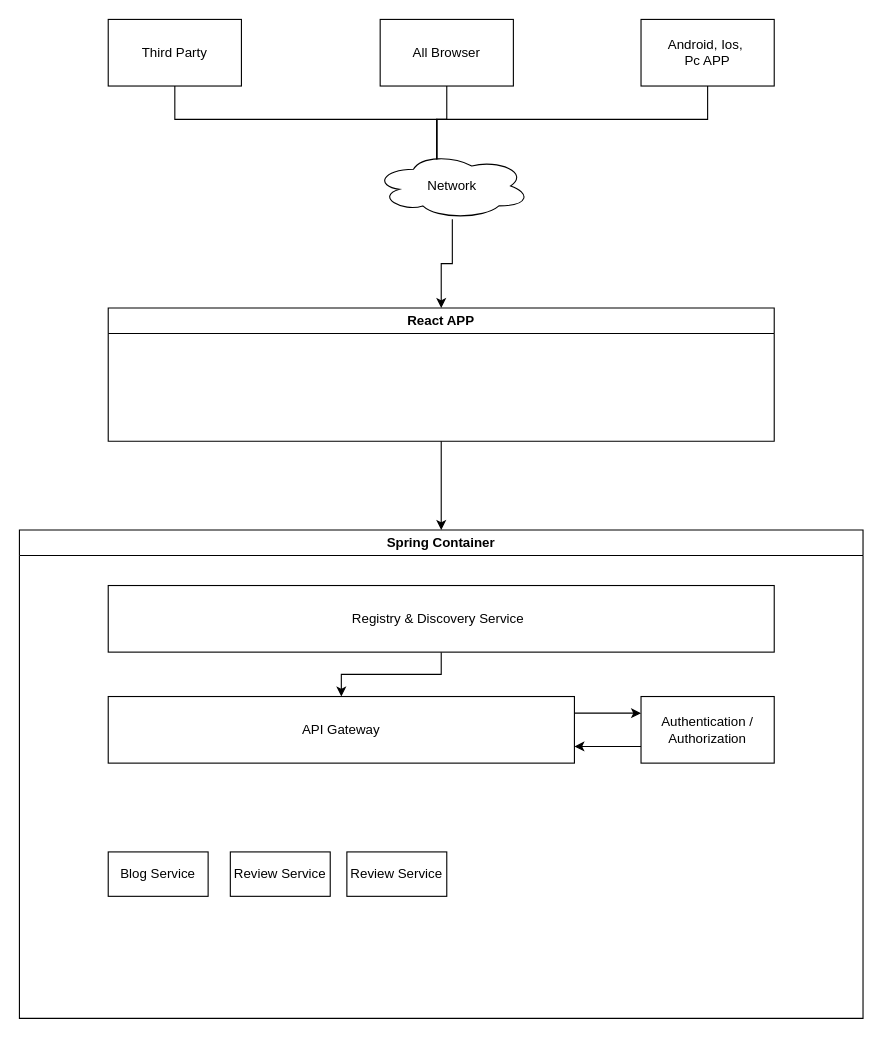
Above: Untitled Diagram.drawio in JavaCoderSubham/Blog-Backend (draw.io), before the change. Source tidied: cells renumbered, new cells numbered last; positions are measured from the earlier drawing's top-left corner, leaving out a move shared by most shapes. Both pictures are drawn from the tidied source at 111%, with x=0, y=0 at pixel (19, 19).
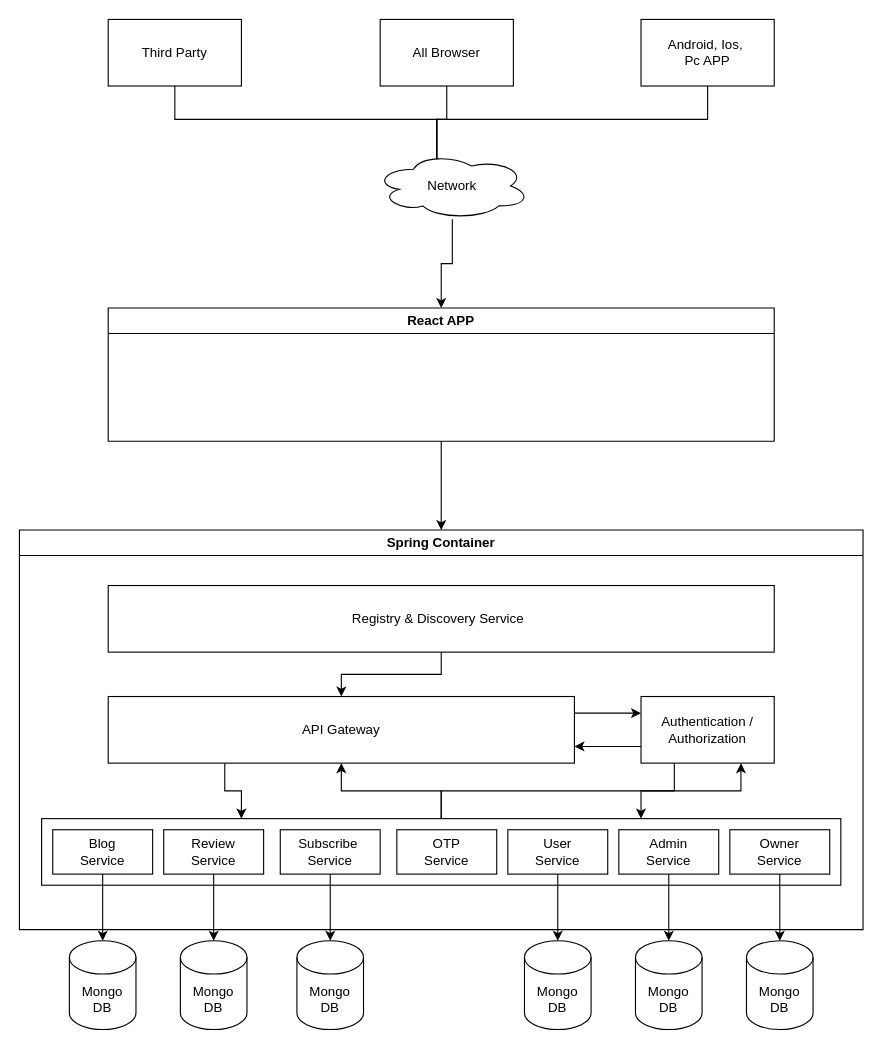
Above is the later version.

Commit message:
Blog Website Design V1.0

Unchanged cells that the change refers to:
```xml
<mxCell id="16" value="API Gateway" style="rounded=0;whiteSpace=wrap;html=1;" parent="12" vertex="1">
  <mxGeometry x="80" y="150" width="420" height="60" as="geometry" />
</mxCell>
<mxCell id="18" value="Authentication /&lt;br&gt;Authorization" style="rounded=0;whiteSpace=wrap;html=1;" parent="12" vertex="1">
  <mxGeometry x="560" y="150" width="120" height="60" as="geometry" />
</mxCell>
```

What changed in the source:
```diff
@@
     <mxCell id="12" value="Spring Container" style="swimlane;whiteSpace=wrap;html=1;" parent="1" vertex="1">
-      <mxGeometry y="460" width="760" height="440" as="geometry" />
+      <mxGeometry y="460" width="760" height="360" as="geometry" />
     </mxCell>
@@
+    <mxCell id="22" style="edgeStyle=orthogonalEdgeStyle;rounded=0;jettySize=auto;html=1;exitX=0.25;exitY=1;exitDx=0;exitDy=0;entryX=0.25;entryY=0;entryDx=0;entryDy=0;" parent="12" edge="1" source="16" target="26">
+      <mxGeometry relative="1" as="geometry" />
+    </mxCell>
@@
+    <mxCell id="23" style="edgeStyle=orthogonalEdgeStyle;rounded=0;jettySize=auto;html=1;exitX=0.25;exitY=1;exitDx=0;exitDy=0;entryX=0.75;entryY=0;entryDx=0;entryDy=0;" parent="12" edge="1" source="18" target="26">
+      <mxGeometry relative="1" as="geometry" />
+    </mxCell>
@@
+    <mxCell id="24" style="edgeStyle=orthogonalEdgeStyle;rounded=0;jettySize=auto;html=1;entryX=0.75;entryY=1;entryDx=0;entryDy=0;" parent="12" edge="1" source="26" target="18">
+      <mxGeometry relative="1" as="geometry" />
+    </mxCell>
+    <mxCell id="25" style="edgeStyle=orthogonalEdgeStyle;rounded=0;jettySize=auto;html=1;entryX=0.5;entryY=1;entryDx=0;entryDy=0;" parent="12" edge="1" source="26" target="16">
+      <mxGeometry relative="1" as="geometry" />
+    </mxCell>
+    <mxCell id="26" style="rounded=0;whiteSpace=wrap;html=1;" parent="12" vertex="1">
+      <mxGeometry x="20" y="260" width="720" height="60" as="geometry" />
+    </mxCell>
-    <mxCell id="19" value="Blog Service" style="rounded=0;whiteSpace=wrap;html=1;" parent="12" vertex="1">
-      <mxGeometry x="80" y="290" width="90" height="40" as="geometry" />
+    <mxCell id="19" value="Blog&lt;br&gt;Service" style="rounded=0;whiteSpace=wrap;html=1;" parent="12" vertex="1">
+      <mxGeometry x="30" y="270" width="90" height="40" as="geometry" />
     </mxCell>
-    <mxCell id="20" value="Review Service" style="rounded=0;whiteSpace=wrap;html=1;" parent="12" vertex="1">
-      <mxGeometry x="190" y="290" width="90" height="40" as="geometry" />
+    <mxCell id="20" value="Review&lt;br&gt;Service" style="rounded=0;whiteSpace=wrap;html=1;" parent="12" vertex="1">
+      <mxGeometry x="130" y="270" width="90" height="40" as="geometry" />
     </mxCell>
-    <mxCell id="21" value="Review Service" style="rounded=0;whiteSpace=wrap;html=1;" parent="12" vertex="1">
-      <mxGeometry x="295" y="290" width="90" height="40" as="geometry" />
+    <mxCell id="21" value="Subscribe&amp;nbsp;&lt;br&gt;Service" style="rounded=0;whiteSpace=wrap;html=1;" parent="12" vertex="1">
+      <mxGeometry x="235" y="270" width="90" height="40" as="geometry" />
     </mxCell>
+    <mxCell id="27" value="OTP&lt;br&gt;Service" style="rounded=0;whiteSpace=wrap;html=1;" parent="12" vertex="1">
+      <mxGeometry x="340" y="270" width="90" height="40" as="geometry" />
+    </mxCell>
+    <mxCell id="28" value="User&lt;br&gt;Service" style="rounded=0;whiteSpace=wrap;html=1;" parent="12" vertex="1">
+      <mxGeometry x="440" y="270" width="90" height="40" as="geometry" />
+    </mxCell>
+    <mxCell id="29" value="Admin&lt;br&gt;Service" style="rounded=0;whiteSpace=wrap;html=1;" parent="12" vertex="1">
+      <mxGeometry x="540" y="270" width="90" height="40" as="geometry" />
+    </mxCell>
+    <mxCell id="30" value="Owner&lt;br&gt;Service" style="rounded=0;whiteSpace=wrap;html=1;" parent="12" vertex="1">
+      <mxGeometry x="640" y="270" width="90" height="40" as="geometry" />
+    </mxCell>
+    <mxCell id="31" value="Mongo&lt;br&gt;DB" style="shape=cylinder3;whiteSpace=wrap;html=1;boundedLbl=1;backgroundOutline=1;size=15;" parent="1" vertex="1">
+      <mxGeometry x="45" y="830" width="60" height="80" as="geometry" />
+    </mxCell>
+    <mxCell id="32" value="Mongo&lt;br&gt;DB" style="shape=cylinder3;whiteSpace=wrap;html=1;boundedLbl=1;backgroundOutline=1;size=15;" parent="1" vertex="1">
+      <mxGeometry x="145" y="830" width="60" height="80" as="geometry" />
+    </mxCell>
+    <mxCell id="33" value="Mongo&lt;br&gt;DB" style="shape=cylinder3;whiteSpace=wrap;html=1;boundedLbl=1;backgroundOutline=1;size=15;" parent="1" vertex="1">
+      <mxGeometry x="250" y="830" width="60" height="80" as="geometry" />
+    </mxCell>
+    <mxCell id="34" value="Mongo&lt;br&gt;DB" style="shape=cylinder3;whiteSpace=wrap;html=1;boundedLbl=1;backgroundOutline=1;size=15;" parent="1" vertex="1">
+      <mxGeometry x="455" y="830" width="60" height="80" as="geometry" />
+    </mxCell>
+    <mxCell id="35" value="Mongo&lt;br&gt;DB" style="shape=cylinder3;whiteSpace=wrap;html=1;boundedLbl=1;backgroundOutline=1;size=15;" parent="1" vertex="1">
+      <mxGeometry x="555" y="830" width="60" height="80" as="geometry" />
+    </mxCell>
+    <mxCell id="36" value="Mongo&lt;br&gt;DB" style="shape=cylinder3;whiteSpace=wrap;html=1;boundedLbl=1;backgroundOutline=1;size=15;" parent="1" vertex="1">
+      <mxGeometry x="655" y="830" width="60" height="80" as="geometry" />
+    </mxCell>
+    <mxCell id="37" style="edgeStyle=orthogonalEdgeStyle;rounded=0;jettySize=auto;html=1;entryX=0.5;entryY=0;entryDx=0;entryDy=0;entryPerimeter=0;" parent="1" edge="1" source="19" target="31">
+      <mxGeometry relative="1" as="geometry" />
+    </mxCell>
+    <mxCell id="38" style="edgeStyle=orthogonalEdgeStyle;rounded=0;jettySize=auto;html=1;entryX=0.5;entryY=0;entryDx=0;entryDy=0;entryPerimeter=0;" parent="1" edge="1" source="20" target="32">
+      <mxGeometry relative="1" as="geometry" />
+    </mxCell>
+    <mxCell id="39" style="edgeStyle=orthogonalEdgeStyle;rounded=0;jettySize=auto;html=1;entryX=0.5;entryY=0;entryDx=0;entryDy=0;entryPerimeter=0;" parent="1" edge="1" source="21" target="33">
+      <mxGeometry relative="1" as="geometry" />
+    </mxCell>
+    <mxCell id="40" style="edgeStyle=orthogonalEdgeStyle;rounded=0;jettySize=auto;html=1;entryX=0.5;entryY=0;entryDx=0;entryDy=0;entryPerimeter=0;" parent="1" edge="1" source="28" target="34">
+      <mxGeometry relative="1" as="geometry" />
+    </mxCell>
+    <mxCell id="41" style="edgeStyle=orthogonalEdgeStyle;rounded=0;jettySize=auto;html=1;entryX=0.5;entryY=0;entryDx=0;entryDy=0;entryPerimeter=0;" parent="1" edge="1" source="29" target="35">
+      <mxGeometry relative="1" as="geometry" />
+    </mxCell>
+    <mxCell id="42" style="edgeStyle=orthogonalEdgeStyle;rounded=0;jettySize=auto;html=1;entryX=0.5;entryY=0;entryDx=0;entryDy=0;entryPerimeter=0;" parent="1" edge="1" source="30" target="36">
+      <mxGeometry relative="1" as="geometry" />
+    </mxCell>
```
